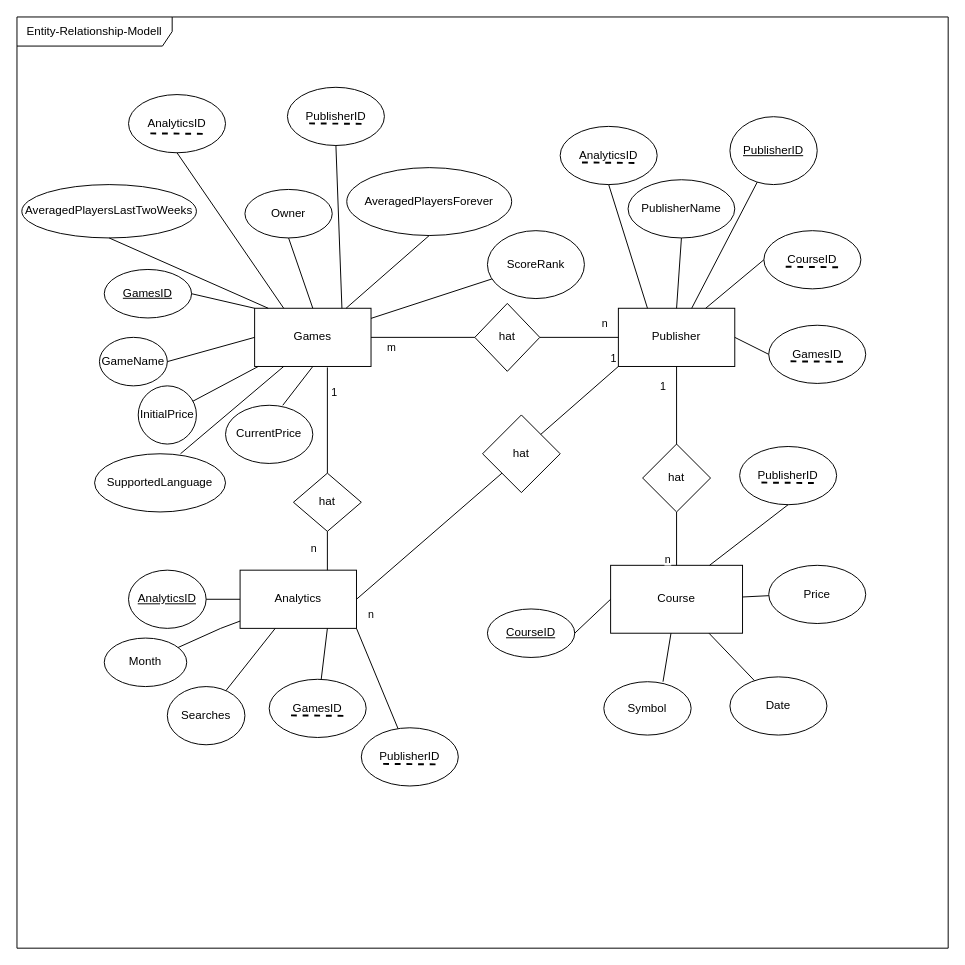
The draw.io diagram ERModel.drawio in Noah250201/Simulationsprojekt, before the edit. Source tidied: cells renumbered, new cells numbered last; positions are measured from the earlier drawing's top-left corner, leaving out a move shared by most shapes. Both pictures are drawn from the tidied source at 97%, with x=0, y=0 at pixel (16, 16).
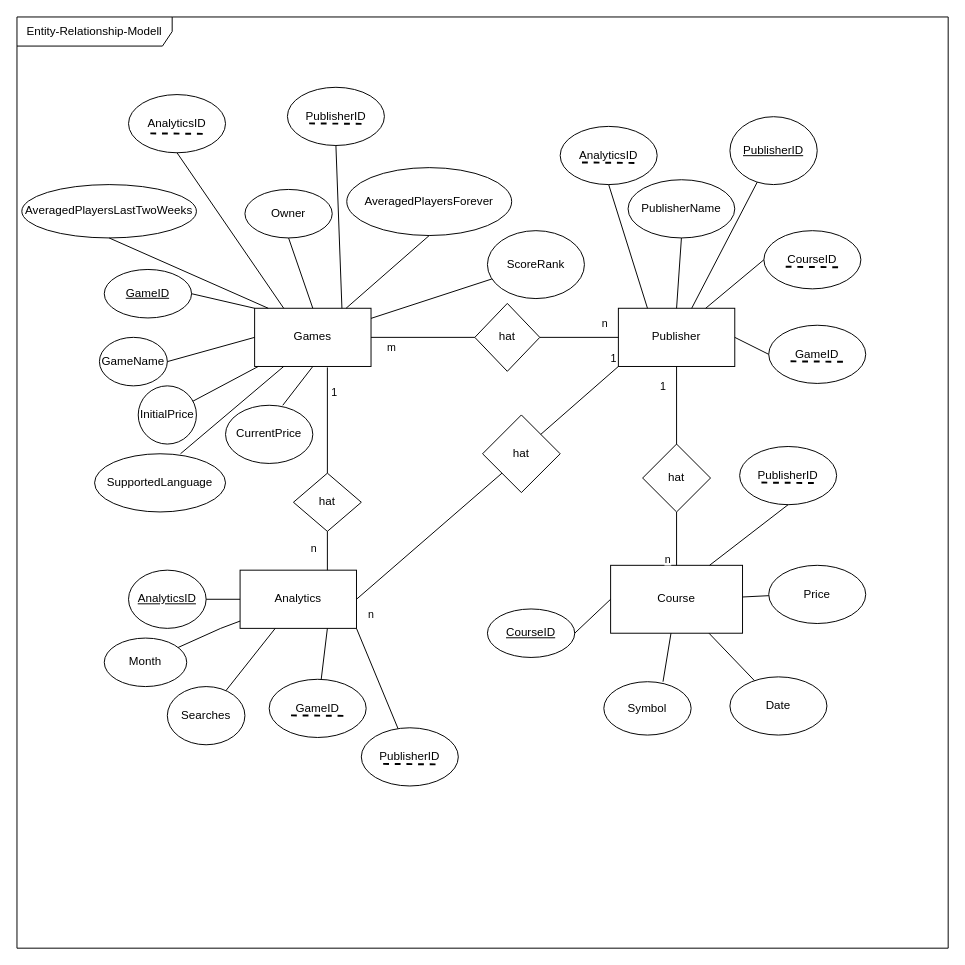
The same diagram, later.

Commit message:
Update ERModel.drawio rdy to check

The change refers to these unchanged cells:
```xml
<mxCell id="2" value="Entity-Relationship-Modell" style="shape=umlFrame;whiteSpace=wrap;html=1;width=160;" parent="1" vertex="1">
  <mxGeometry width="960" height="960" as="geometry" />
</mxCell>
```

The edit, as a diff of the source:
```diff
@@
-    <mxCell id="4" value="&lt;u&gt;GamesID&lt;/u&gt;" style="ellipse;whiteSpace=wrap;html=1;" parent="2" vertex="1">
+    <mxCell id="4" value="&lt;u&gt;GameID&lt;/u&gt;" style="ellipse;whiteSpace=wrap;html=1;" parent="2" vertex="1">
       <mxGeometry x="90" y="260.3" width="90" height="50" as="geometry" />
     </mxCell>
@@
-    <mxCell id="61" value="GamesID" style="ellipse;whiteSpace=wrap;html=1;" parent="2" vertex="1">
+    <mxCell id="61" value="GameID" style="ellipse;whiteSpace=wrap;html=1;" parent="2" vertex="1">
       <mxGeometry x="260" y="682.8" width="100" height="60" as="geometry" />
     </mxCell>
@@
-    <mxCell id="75" value="GamesID" style="ellipse;whiteSpace=wrap;html=1;" parent="2" vertex="1">
+    <mxCell id="75" value="GameID" style="ellipse;whiteSpace=wrap;html=1;" parent="2" vertex="1">
       <mxGeometry x="775" y="317.8" width="100" height="60" as="geometry" />
     </mxCell>
```
